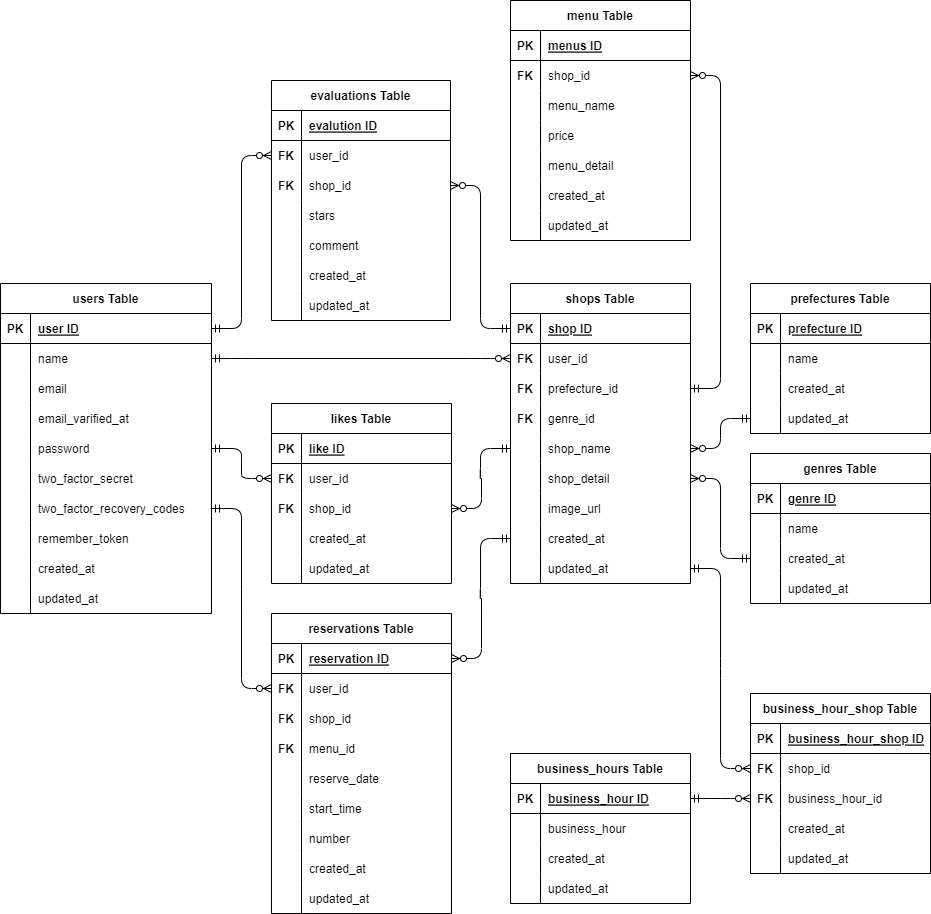
Above: project-rese.drawio.png in magmag6240/project-rese (draw.io), before the change. Source tidied: cells renumbered, new cells last; positions are measured from the earlier drawing's top-left corner, leaving out a move shared by most shapes.
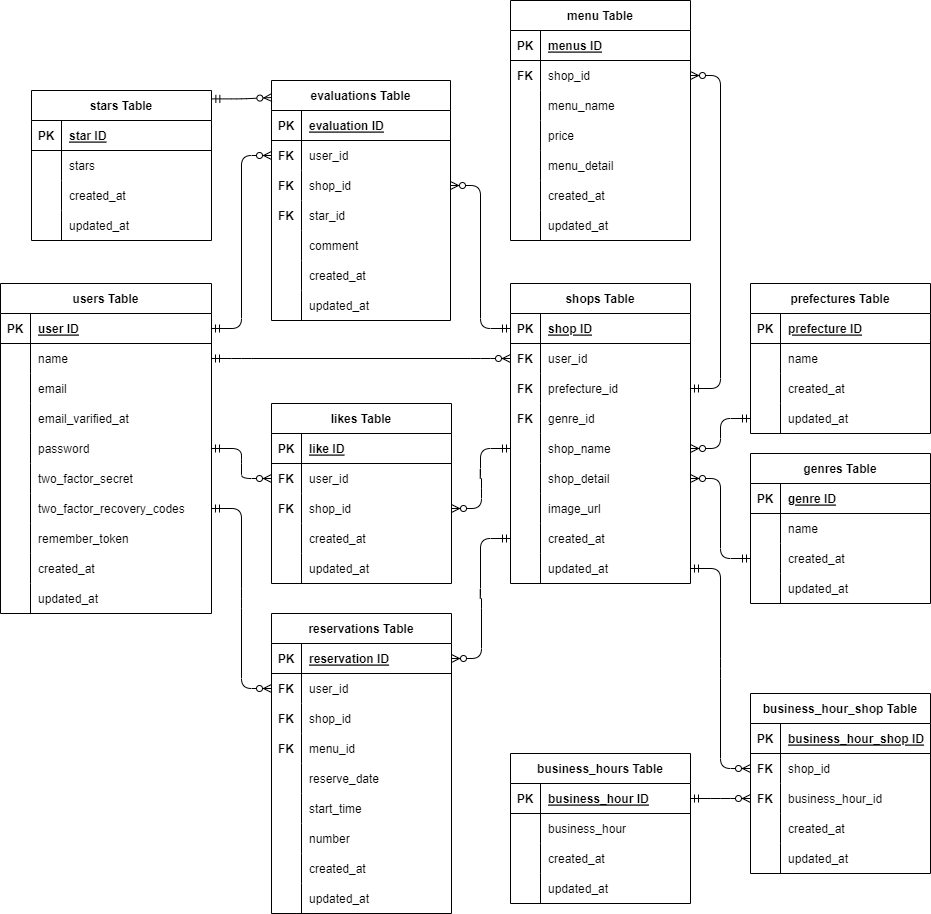
After the commit.

Diff of the diagram source:
```diff
@@ -512,7 +512,7 @@
     <mxCell id="171" value="PK" style="shape=partialRectangle;fillColor=none;top=0;left=0;bottom=0;right=0;fontStyle=1;overflow=hidden;" parent="170" vertex="1">
       <mxGeometry width="30" height="30" as="geometry" />
     </mxCell>
-    <mxCell id="172" value="evalution ID" style="shape=partialRectangle;fillColor=none;top=0;left=0;bottom=0;right=0;align=left;spacingLeft=6;fontStyle=5;overflow=hidden;" parent="170" vertex="1">
+    <mxCell id="172" value="evaluation ID" style="shape=partialRectangle;fillColor=none;top=0;left=0;bottom=0;right=0;align=left;spacingLeft=6;fontStyle=5;overflow=hidden;" parent="170" vertex="1">
       <mxGeometry x="30" width="149" height="30" as="geometry" />
     </mxCell>
     <mxCell id="173" style="shape=tableRow;horizontal=0;startSize=0;swimlaneHead=0;swimlaneBody=0;fillColor=none;points=[[0,0.5],[1,0.5]];portConstraint=eastwest;top=0;left=0;right=0;bottom=0;" parent="169" vertex="1">
@@ -536,10 +536,10 @@
     <mxCell id="179" style="shape=tableRow;horizontal=0;startSize=0;swimlaneHead=0;swimlaneBody=0;fillColor=none;top=0;left=0;right=0;bottom=0;" parent="169" vertex="1">
       <mxGeometry y="120" width="179" height="30" as="geometry" />
     </mxCell>
-    <mxCell id="180" style="shape=partialRectangle;fillColor=none;top=0;left=0;bottom=0;right=0;overflow=hidden;" parent="179" vertex="1">
+    <mxCell id="180" value="FK" style="shape=partialRectangle;fillColor=none;top=0;left=0;bottom=0;right=0;overflow=hidden;fontStyle=1;" parent="179" vertex="1">
       <mxGeometry width="30" height="30" as="geometry" />
     </mxCell>
-    <mxCell id="181" value="stars" style="shape=partialRectangle;fillColor=none;top=0;left=0;bottom=0;right=0;align=left;spacingLeft=6;overflow=hidden;" parent="179" vertex="1">
+    <mxCell id="181" value="star_id" style="shape=partialRectangle;fillColor=none;top=0;left=0;bottom=0;right=0;align=left;spacingLeft=6;overflow=hidden;" parent="179" vertex="1">
       <mxGeometry x="30" width="149" height="30" as="geometry" />
     </mxCell>
     <mxCell id="182" style="shape=tableRow;horizontal=0;startSize=0;swimlaneHead=0;swimlaneBody=0;fillColor=none;top=0;left=0;right=0;bottom=0;" parent="169" vertex="1">
@@ -644,5 +644,47 @@
     <mxCell id="215" style="edgeStyle=entityRelationEdgeStyle;fontSize=12;html=1;endArrow=ERzeroToMany;startArrow=ERmandOne;exitX=1;exitY=0.5;exitDx=0;exitDy=0;entryX=1;entryY=0.5;entryDx=0;entryDy=0;" parent="1" edge="1" source="123" target="197">
       <mxGeometry relative="1" as="geometry" />
     </mxCell>
+    <mxCell id="216" value="stars Table" style="shape=table;startSize=30;rowLines=0;fontStyle=1;align=center;" parent="1" vertex="1">
+      <mxGeometry x="31" y="90" width="180" height="150" as="geometry" />
+    </mxCell>
+    <mxCell id="217" style="shape=tableRow;horizontal=0;startSize=0;swimlaneHead=0;swimlaneBody=0;fillColor=none;top=0;left=0;right=0;bottom=1;" parent="216" vertex="1">
+      <mxGeometry y="30" width="180" height="30" as="geometry" />
+    </mxCell>
+    <mxCell id="218" value="PK" style="shape=partialRectangle;fillColor=none;top=0;left=0;bottom=0;right=0;fontStyle=1;overflow=hidden;" parent="217" vertex="1">
+      <mxGeometry width="30" height="30" as="geometry" />
+    </mxCell>
+    <mxCell id="219" value="star ID" style="shape=partialRectangle;fillColor=none;top=0;left=0;bottom=0;right=0;align=left;spacingLeft=6;fontStyle=5;overflow=hidden;" parent="217" vertex="1">
+      <mxGeometry x="30" width="150" height="30" as="geometry" />
+    </mxCell>
+    <mxCell id="220" style="shape=tableRow;horizontal=0;startSize=0;swimlaneHead=0;swimlaneBody=0;fillColor=none;top=0;left=0;right=0;bottom=0;" parent="216" vertex="1">
+      <mxGeometry y="60" width="180" height="30" as="geometry" />
+    </mxCell>
+    <mxCell id="221" style="shape=partialRectangle;fillColor=none;top=0;left=0;bottom=0;right=0;overflow=hidden;" parent="220" vertex="1">
+      <mxGeometry width="30" height="30" as="geometry" />
+    </mxCell>
+    <mxCell id="222" value="stars" style="shape=partialRectangle;fillColor=none;top=0;left=0;bottom=0;right=0;align=left;spacingLeft=6;overflow=hidden;" parent="220" vertex="1">
+      <mxGeometry x="30" width="150" height="30" as="geometry" />
+    </mxCell>
+    <mxCell id="223" style="shape=tableRow;horizontal=0;startSize=0;swimlaneHead=0;swimlaneBody=0;fillColor=none;top=0;left=0;right=0;bottom=0;" parent="216" vertex="1">
+      <mxGeometry y="90" width="180" height="30" as="geometry" />
+    </mxCell>
+    <mxCell id="224" style="shape=partialRectangle;fillColor=none;top=0;left=0;bottom=0;right=0;overflow=hidden;" parent="223" vertex="1">
+      <mxGeometry width="30" height="30" as="geometry" />
+    </mxCell>
+    <mxCell id="225" value="created_at" style="shape=partialRectangle;fillColor=none;top=0;left=0;bottom=0;right=0;align=left;spacingLeft=6;overflow=hidden;" parent="223" vertex="1">
+      <mxGeometry x="30" width="150" height="30" as="geometry" />
+    </mxCell>
+    <mxCell id="226" style="shape=tableRow;horizontal=0;startSize=0;swimlaneHead=0;swimlaneBody=0;fillColor=none;top=0;left=0;right=0;bottom=0;" parent="216" vertex="1">
+      <mxGeometry y="120" width="180" height="30" as="geometry" />
+    </mxCell>
+    <mxCell id="227" style="shape=partialRectangle;fillColor=none;top=0;left=0;bottom=0;right=0;overflow=hidden;" parent="226" vertex="1">
+      <mxGeometry width="30" height="30" as="geometry" />
+    </mxCell>
+    <mxCell id="228" value="updated_at" style="shape=partialRectangle;fillColor=none;top=0;left=0;bottom=0;right=0;align=left;spacingLeft=6;overflow=hidden;" parent="226" vertex="1">
+      <mxGeometry x="30" width="150" height="30" as="geometry" />
+    </mxCell>
+    <mxCell id="229" style="edgeStyle=entityRelationEdgeStyle;fontSize=12;html=1;endArrow=ERzeroToMany;startArrow=ERmandOne;exitX=1.002;exitY=0.056;exitDx=0;exitDy=0;entryX=0.002;entryY=0.071;entryDx=0;entryDy=0;entryPerimeter=0;exitPerimeter=0;" parent="1" edge="1" source="216" target="169">
+      <mxGeometry relative="1" as="geometry" />
+    </mxCell>
   </root>
 </mxGraphModel>
```
